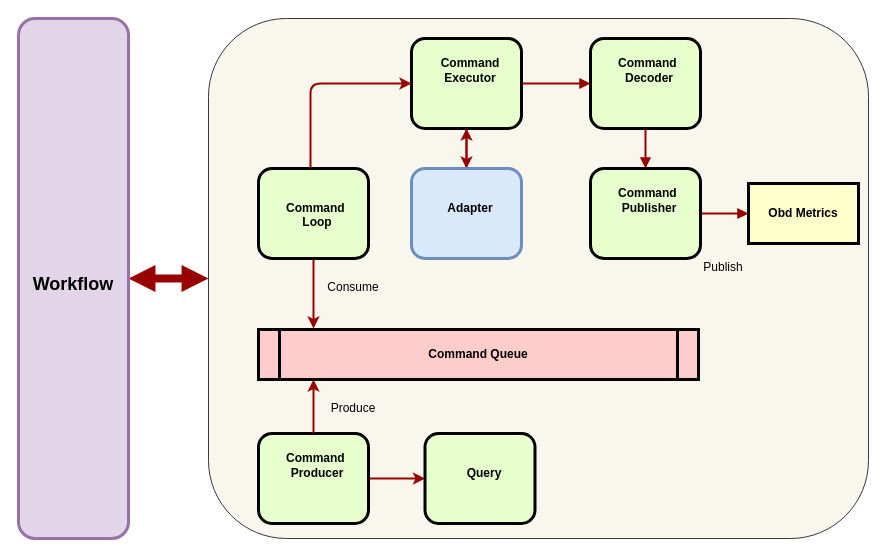
This is src/main/resources/highlevel.drawio from tzebrowski/ObdMetrics, a draw.io file, before an edit. Source tidied: cells renumbered, new cells numbered last; positions are measured from the earlier drawing's top-left corner, leaving out a move shared by most shapes. Both pictures are drawn from the tidied source at 100%, with x=0, y=0 at pixel (18, 18).
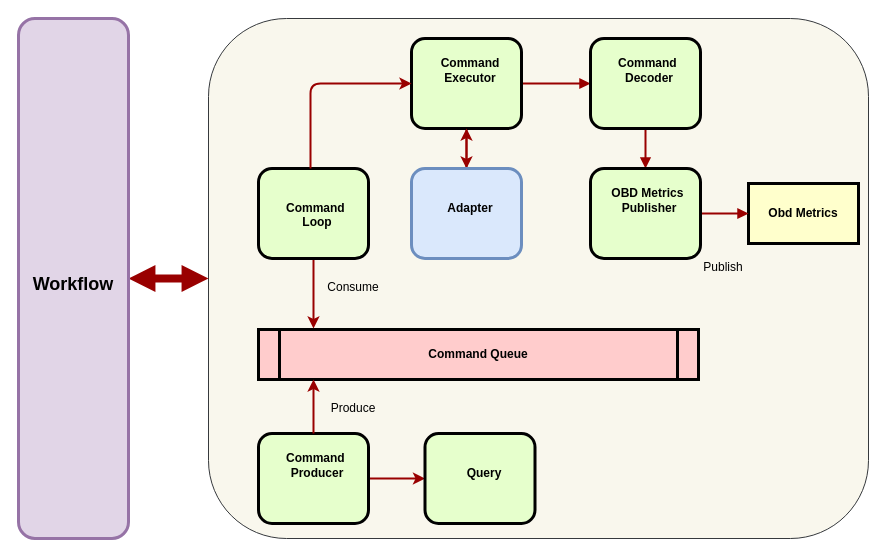
The same diagram, later.

Commit message (it also covers changes not shown here):
Update  the workflow diagram

The edit, as a diff of the source:
```diff
@@
-    <mxCell id="24" value="&lt;p style=&quot;margin: 0px ; margin-top: 4px ; text-align: center ; text-decoration: underline&quot;&gt;&lt;/p&gt;&lt;p style=&quot;margin: 0px ; margin-left: 8px&quot;&gt;&lt;br&gt;&lt;/p&gt;&lt;p style=&quot;margin: 0px ; margin-left: 8px&quot;&gt;Command&amp;nbsp;&lt;br&gt;Publisher&lt;/p&gt;" style="verticalAlign=middle;align=center;overflow=fill;fontSize=12;fontFamily=Helvetica;html=1;rounded=1;fontStyle=1;strokeWidth=3;fillColor=#E6FFCC;" parent="1" vertex="1">
+    <mxCell id="24" value="&lt;p style=&quot;margin: 0px ; margin-top: 4px ; text-align: center ; text-decoration: underline&quot;&gt;&lt;/p&gt;&lt;p style=&quot;margin: 0px ; margin-left: 8px&quot;&gt;&lt;br&gt;&lt;/p&gt;&lt;p style=&quot;margin: 0px ; margin-left: 8px&quot;&gt;OBD Metrics&amp;nbsp;&lt;br&gt;Publisher&lt;/p&gt;" style="verticalAlign=middle;align=center;overflow=fill;fontSize=12;fontFamily=Helvetica;html=1;rounded=1;fontStyle=1;strokeWidth=3;fillColor=#E6FFCC;" parent="1" vertex="1">
       <mxGeometry x="572" y="150" width="110" height="90" as="geometry" />
     </mxCell>
```
